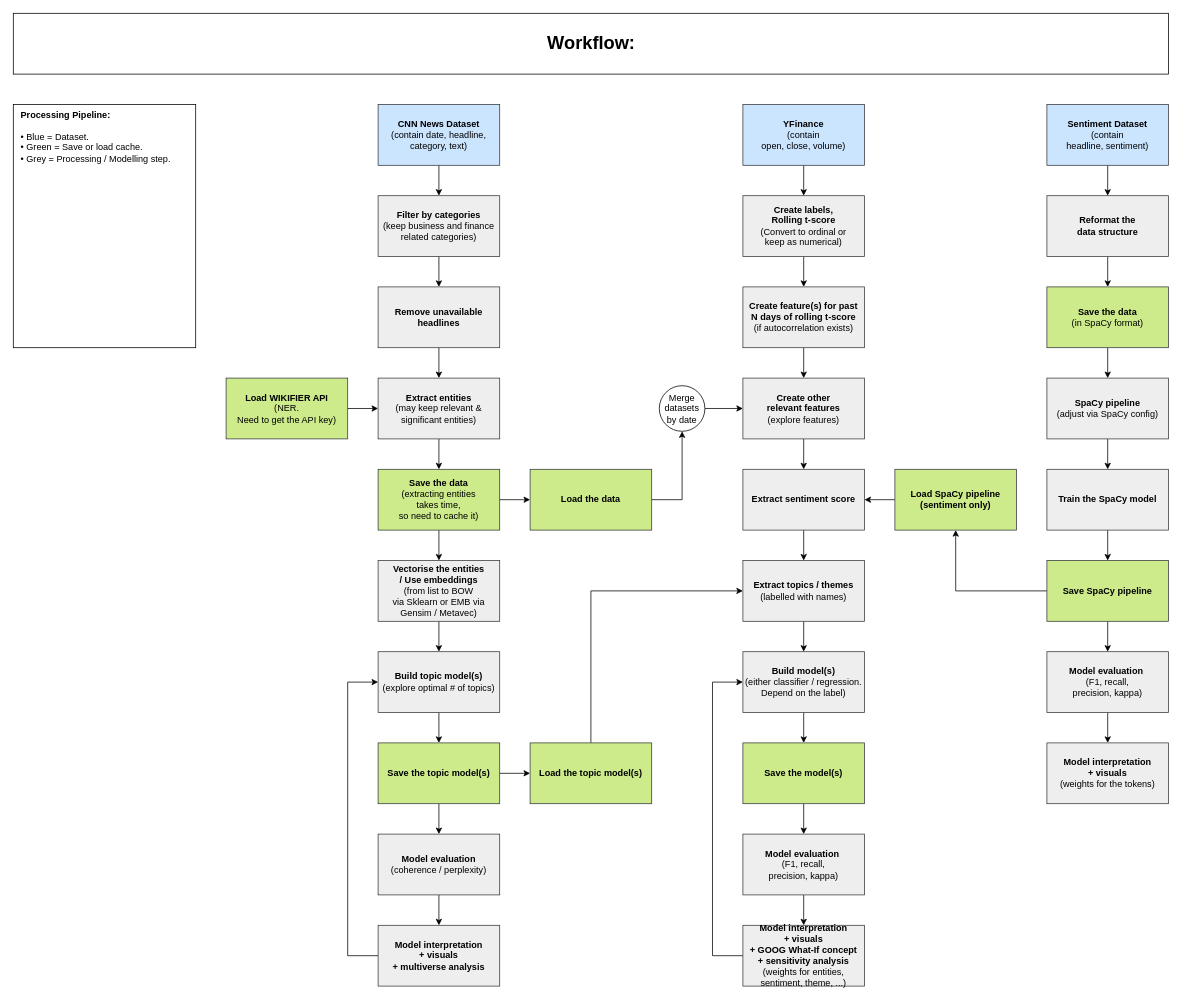
The draw.io diagram page "workflow" (1 of 6) of docs/flowchart/processing_flowchart.drawio in lioneltayyd/MADS-M2-estimating-news-impact-on-financial-market, before the edit. Source tidied: cells renumbered, new cells numbered last; positions are measured from the earlier drawing's top-left corner, leaving out a move shared by most shapes. Both pictures are drawn from the tidied source at 76%, with x=0, y=0 at pixel (13, 13).
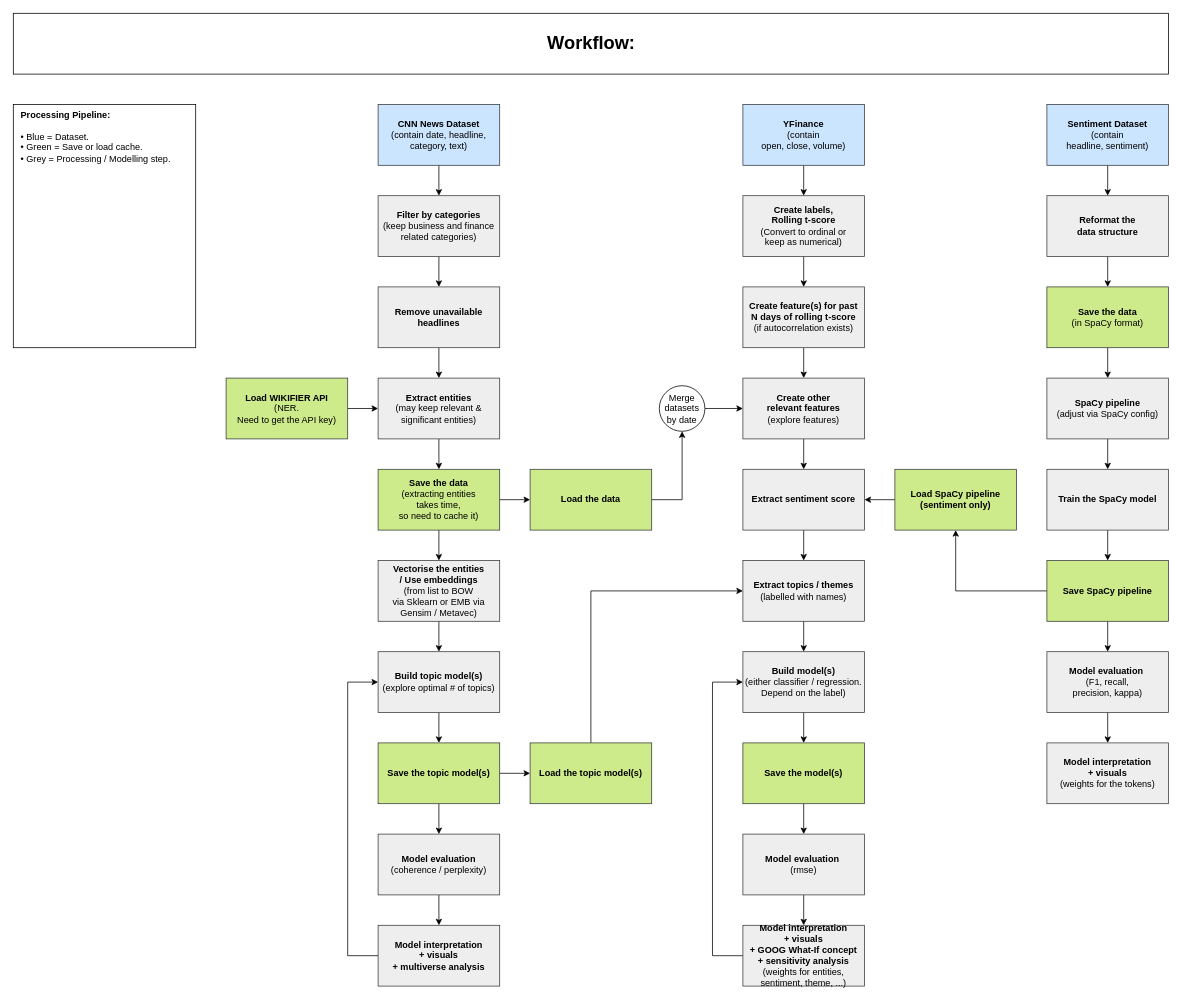
After the change.

Change to the diagram source:
```diff
@@
-    <mxCell id="51" value="&lt;b&gt;Model evaluation&amp;nbsp;&lt;br&gt;&lt;/b&gt;(F1, recall, &lt;br&gt;precision, kappa)" style="rounded=0;whiteSpace=wrap;html=1;fillColor=#eeeeee;strokeColor=#36393d;" parent="1" vertex="1">
+    <mxCell id="51" value="&lt;b&gt;Model evaluation&amp;nbsp;&lt;br&gt;&lt;/b&gt;(rmse)" style="rounded=0;whiteSpace=wrap;html=1;fillColor=#eeeeee;strokeColor=#36393d;" parent="1" vertex="1">
       <mxGeometry x="960" y="1080" width="160" height="80" as="geometry" />
     </mxCell>
```
